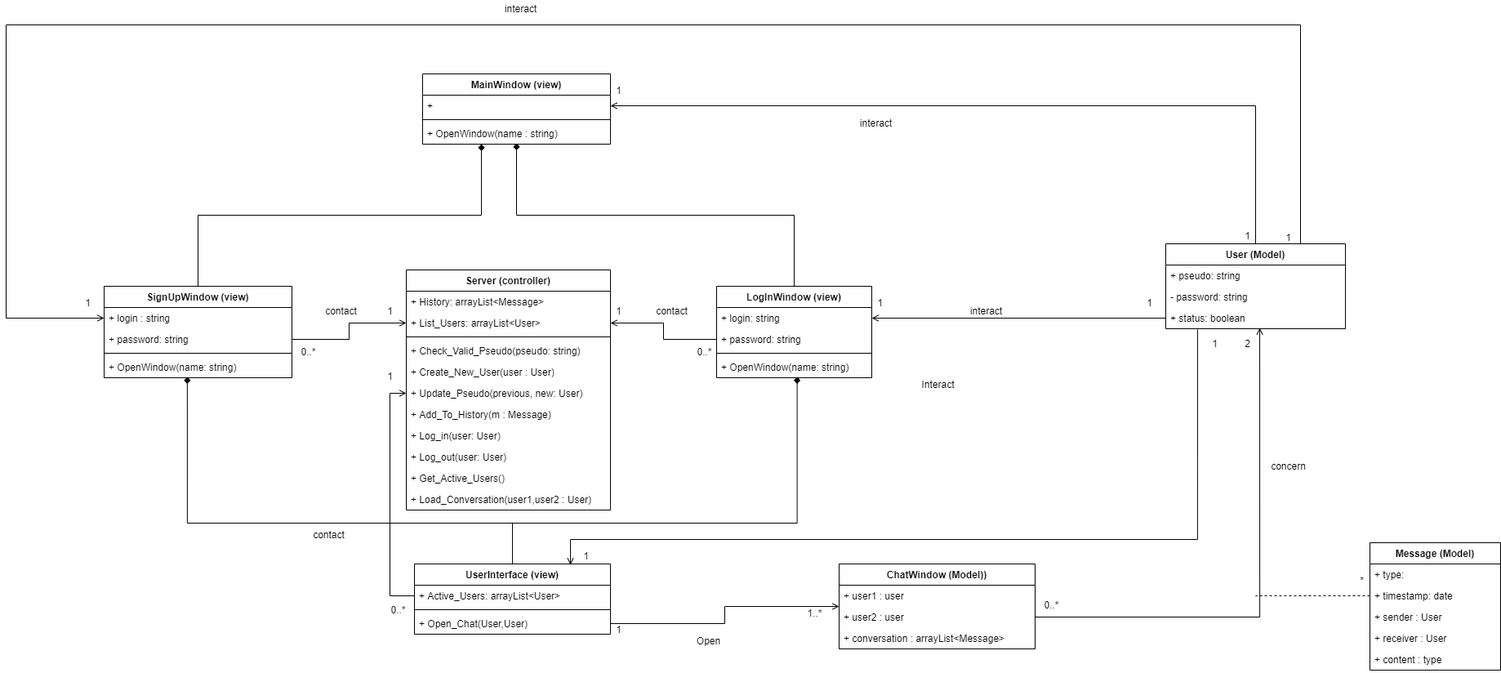
Earlier version of the draw.io export class diagram.png (pgervais17/COO_project). Source tidied: cells renumbered, new cells last; positions are measured from the earlier drawing's top-left corner, leaving out a move shared by most shapes.
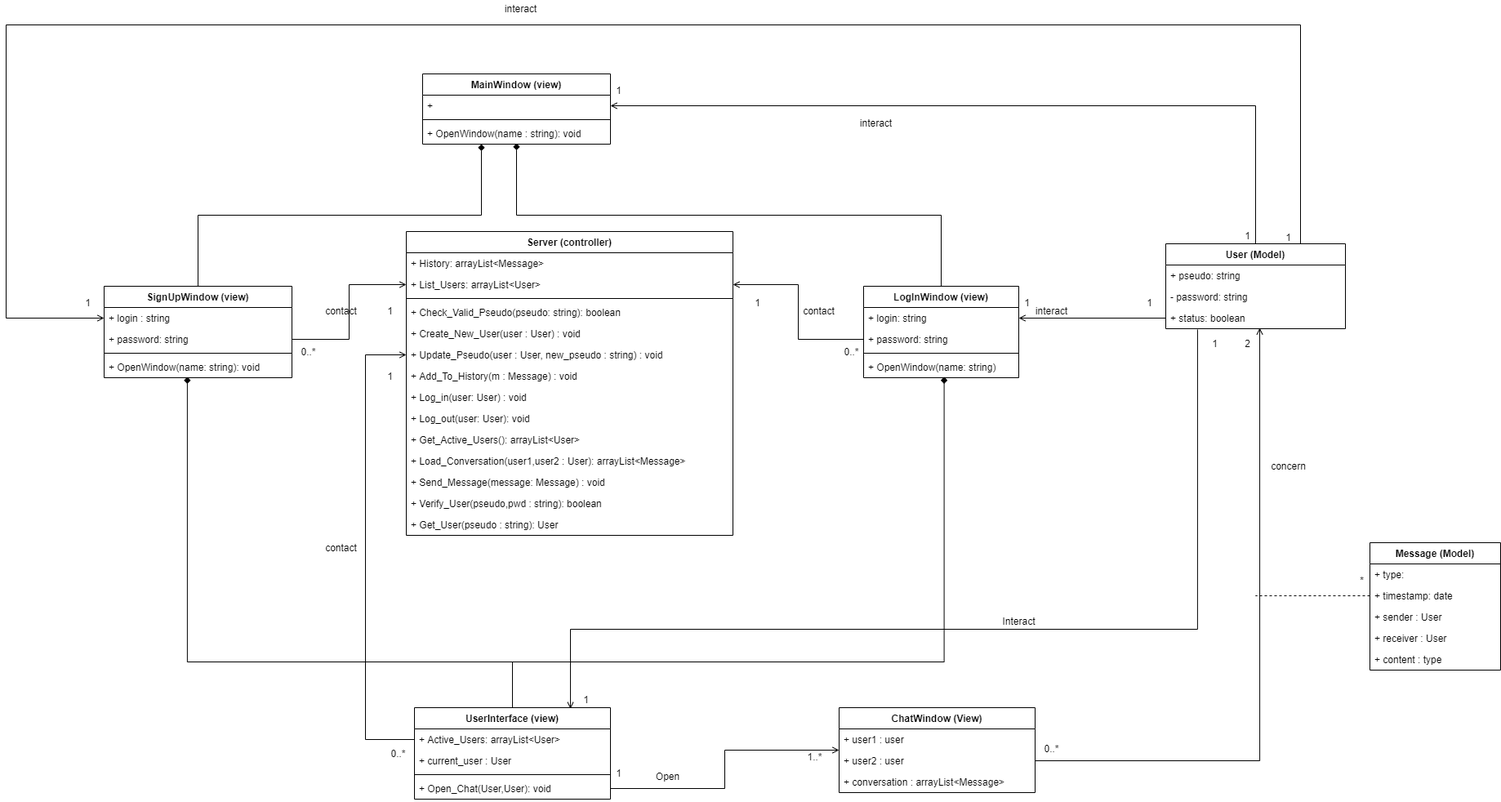
The same file after the commit.

The edit, as a diff of the source:
```diff
@@ -35,7 +35,7 @@
     <mxCell id="10" style="line;strokeWidth=1;fillColor=none;align=left;verticalAlign=middle;spacingTop=-1;spacingLeft=3;spacingRight=3;labelPosition=right;" parent="8" vertex="1">
       <mxGeometry y="52" width="230" height="8" as="geometry" />
     </mxCell>
-    <mxCell id="11" value="+ OpenWindow(name : string)" style="text;strokeColor=none;fillColor=none;align=left;verticalAlign=top;spacingLeft=4;spacingRight=4;overflow=hidden;points=[[0,0.5],[1,0.5]];portConstraint=eastwest;" parent="8" vertex="1">
+    <mxCell id="11" value="+ OpenWindow(name : string): void" style="text;strokeColor=none;fillColor=none;align=left;verticalAlign=top;spacingLeft=4;spacingRight=4;overflow=hidden;points=[[0,0.5],[1,0.5]];portConstraint=eastwest;" parent="8" vertex="1">
       <mxGeometry y="60" width="230" height="26" as="geometry" />
     </mxCell>
     <mxCell id="12" style="edgeStyle=orthogonalEdgeStyle;rounded=0;jettySize=auto;html=1;exitX=0.5;exitY=0;exitDx=0;exitDy=0;entryX=0.313;entryY=1;entryDx=0;entryDy=0;entryPerimeter=0;startArrow=none;startFill=0;endArrow=diamond;endFill=1;" parent="1" edge="1" source="13" target="11">
@@ -53,14 +53,14 @@
     <mxCell id="16" style="line;strokeWidth=1;fillColor=none;align=left;verticalAlign=middle;spacingTop=-1;spacingLeft=3;spacingRight=3;labelPosition=right;" parent="13" vertex="1">
       <mxGeometry y="78" width="230" height="8" as="geometry" />
     </mxCell>
-    <mxCell id="17" value="+ OpenWindow(name: string)" style="text;strokeColor=none;fillColor=none;align=left;verticalAlign=top;spacingLeft=4;spacingRight=4;overflow=hidden;points=[[0,0.5],[1,0.5]];portConstraint=eastwest;" parent="13" vertex="1">
+    <mxCell id="17" value="+ OpenWindow(name: string): void" style="text;strokeColor=none;fillColor=none;align=left;verticalAlign=top;spacingLeft=4;spacingRight=4;overflow=hidden;points=[[0,0.5],[1,0.5]];portConstraint=eastwest;" parent="13" vertex="1">
       <mxGeometry y="86" width="230" height="26" as="geometry" />
     </mxCell>
     <mxCell id="18" style="edgeStyle=orthogonalEdgeStyle;rounded=0;jettySize=auto;html=1;exitX=0.5;exitY=0;exitDx=0;exitDy=0;entryX=0.5;entryY=0.962;entryDx=0;entryDy=0;entryPerimeter=0;startArrow=none;startFill=0;endArrow=diamond;endFill=1;" parent="1" edge="1" source="19" target="11">
       <mxGeometry relative="1" as="geometry" />
     </mxCell>
     <mxCell id="19" value="LogInWindow (view)" style="swimlane;fontStyle=1;align=center;verticalAlign=top;horizontal=1;startSize=26;" parent="1" vertex="1">
-      <mxGeometry x="870" y="350" width="190" height="112" as="geometry" />
+      <mxGeometry x="1050" y="350" width="190" height="112" as="geometry" />
     </mxCell>
     <mxCell id="20" value="+ login: string" style="text;strokeColor=none;fillColor=none;align=left;verticalAlign=top;spacingLeft=4;spacingRight=4;overflow=hidden;points=[[0,0.5],[1,0.5]];portConstraint=eastwest;" parent="19" vertex="1">
       <mxGeometry y="26" width="190" height="26" as="geometry" />
@@ -77,70 +77,87 @@
     <mxCell id="24" style="edgeStyle=orthogonalEdgeStyle;rounded=0;jettySize=auto;html=1;exitX=0.5;exitY=0;exitDx=0;exitDy=0;entryX=0.443;entryY=0.962;entryDx=0;entryDy=0;entryPerimeter=0;startArrow=none;startFill=0;endArrow=diamond;endFill=1;" parent="1" edge="1" source="27" target="17">
       <mxGeometry relative="1" as="geometry">
         <Array as="points">
-          <mxPoint x="620" y="640" />
-          <mxPoint x="222" y="640" />
+          <mxPoint x="620" y="810" />
+          <mxPoint x="222" y="810" />
         </Array>
       </mxGeometry>
     </mxCell>
     <mxCell id="25" style="edgeStyle=orthogonalEdgeStyle;rounded=0;jettySize=auto;html=1;exitX=0.5;exitY=0;exitDx=0;exitDy=0;entryX=0.519;entryY=0.962;entryDx=0;entryDy=0;entryPerimeter=0;startArrow=none;startFill=0;endArrow=diamond;endFill=1;" parent="1" edge="1" source="27" target="23">
       <mxGeometry relative="1" as="geometry">
         <Array as="points">
-          <mxPoint x="620" y="640" />
-          <mxPoint x="969" y="640" />
+          <mxPoint x="620" y="810" />
+          <mxPoint x="1149" y="810" />
         </Array>
       </mxGeometry>
     </mxCell>
     <mxCell id="26" style="edgeStyle=orthogonalEdgeStyle;rounded=0;jettySize=auto;html=1;exitX=0;exitY=0.5;exitDx=0;exitDy=0;entryX=0;entryY=0.5;entryDx=0;entryDy=0;startArrow=none;startFill=0;endArrow=open;endFill=0;" parent="1" edge="1" source="28" target="37">
-      <mxGeometry relative="1" as="geometry" />
+      <mxGeometry relative="1" as="geometry">
+        <Array as="points">
+          <mxPoint x="440" y="905" />
+          <mxPoint x="440" y="434" />
+        </Array>
+      </mxGeometry>
     </mxCell>
     <mxCell id="27" value="UserInterface (view)" style="swimlane;fontStyle=1;align=center;verticalAlign=top;horizontal=1;startSize=26;" parent="1" vertex="1">
-      <mxGeometry x="500" y="690" width="240" height="86" as="geometry" />
+      <mxGeometry x="500" y="866" width="240" height="112" as="geometry" />
     </mxCell>
     <mxCell id="28" value="+ Active_Users: arrayList&lt;User&gt;" style="text;strokeColor=none;fillColor=none;align=left;verticalAlign=top;spacingLeft=4;spacingRight=4;overflow=hidden;points=[[0,0.5],[1,0.5]];portConstraint=eastwest;" parent="27" vertex="1">
       <mxGeometry y="26" width="240" height="26" as="geometry" />
     </mxCell>
+    <mxCell id="88" value="+ current_user : User" style="text;strokeColor=none;fillColor=none;align=left;verticalAlign=top;spacingLeft=4;spacingRight=4;overflow=hidden;" parent="27" vertex="1">
+      <mxGeometry y="52" width="240" height="26" as="geometry" />
+    </mxCell>
     <mxCell id="29" style="line;strokeWidth=1;fillColor=none;align=left;verticalAlign=middle;spacingTop=-1;spacingLeft=3;spacingRight=3;labelPosition=right;" parent="27" vertex="1">
-      <mxGeometry y="52" width="240" height="8" as="geometry" />
+      <mxGeometry y="78" width="240" height="8" as="geometry" />
     </mxCell>
-    <mxCell id="30" value="+ Open_Chat(User,User)" style="text;strokeColor=none;fillColor=none;align=left;verticalAlign=top;spacingLeft=4;spacingRight=4;overflow=hidden;points=[[0,0.5],[1,0.5]];portConstraint=eastwest;" parent="27" vertex="1">
-      <mxGeometry y="60" width="240" height="26" as="geometry" />
+    <mxCell id="30" value="+ Open_Chat(User,User): void" style="text;strokeColor=none;fillColor=none;align=left;verticalAlign=top;spacingLeft=4;spacingRight=4;overflow=hidden;points=[[0,0.5],[1,0.5]];portConstraint=eastwest;" parent="27" vertex="1">
+      <mxGeometry y="86" width="240" height="26" as="geometry" />
     </mxCell>
     <mxCell id="31" value="Server (controller)" style="swimlane;fontStyle=1;align=center;verticalAlign=top;horizontal=1;startSize=26;" parent="1" vertex="1">
-      <mxGeometry x="490" y="330" width="250" height="294" as="geometry" />
+      <mxGeometry x="490" y="283" width="400" height="372" as="geometry" />
     </mxCell>
     <mxCell id="32" value="+ History: arrayList&lt;Message&gt;" style="text;strokeColor=none;fillColor=none;align=left;verticalAlign=top;spacingLeft=4;spacingRight=4;overflow=hidden;" parent="31" vertex="1">
-      <mxGeometry y="26" width="250" height="26" as="geometry" />
+      <mxGeometry y="26" width="400" height="26" as="geometry" />
     </mxCell>
     <mxCell id="33" value="+ List_Users: arrayList&lt;User&gt;" style="text;strokeColor=none;fillColor=none;align=left;verticalAlign=top;spacingLeft=4;spacingRight=4;overflow=hidden;points=[[0,0.5],[1,0.5]];portConstraint=eastwest;" parent="31" vertex="1">
-      <mxGeometry y="52" width="250" height="26" as="geometry" />
+      <mxGeometry y="52" width="400" height="26" as="geometry" />
     </mxCell>
     <mxCell id="34" style="line;strokeWidth=1;fillColor=none;align=left;verticalAlign=middle;spacingTop=-1;spacingLeft=3;spacingRight=3;labelPosition=right;" parent="31" vertex="1">
-      <mxGeometry y="78" width="250" height="8" as="geometry" />
+      <mxGeometry y="78" width="400" height="8" as="geometry" />
     </mxCell>
-    <mxCell id="35" value="+ Check_Valid_Pseudo(pseudo: string)" style="text;strokeColor=none;fillColor=none;align=left;verticalAlign=top;spacingLeft=4;spacingRight=4;overflow=hidden;" parent="31" vertex="1">
-      <mxGeometry y="86" width="250" height="26" as="geometry" />
+    <mxCell id="35" value="+ Check_Valid_Pseudo(pseudo: string): boolean" style="text;strokeColor=none;fillColor=none;align=left;verticalAlign=top;spacingLeft=4;spacingRight=4;overflow=hidden;" parent="31" vertex="1">
+      <mxGeometry y="86" width="400" height="26" as="geometry" />
     </mxCell>
-    <mxCell id="36" value="+ Create_New_User(user : User)" style="text;strokeColor=none;fillColor=none;align=left;verticalAlign=top;spacingLeft=4;spacingRight=4;overflow=hidden;" parent="31" vertex="1">
-      <mxGeometry y="112" width="250" height="26" as="geometry" />
+    <mxCell id="36" value="+ Create_New_User(user : User) : void" style="text;strokeColor=none;fillColor=none;align=left;verticalAlign=top;spacingLeft=4;spacingRight=4;overflow=hidden;" parent="31" vertex="1">
+      <mxGeometry y="112" width="400" height="26" as="geometry" />
     </mxCell>
-    <mxCell id="37" value="+ Update_Pseudo(previous, new: User)" style="text;strokeColor=none;fillColor=none;align=left;verticalAlign=top;spacingLeft=4;spacingRight=4;overflow=hidden;points=[[0,0.5],[1,0.5]];portConstraint=eastwest;" parent="31" vertex="1">
-      <mxGeometry y="138" width="250" height="26" as="geometry" />
+    <mxCell id="37" value="+ Update_Pseudo(user : User, new_pseudo : string) : void" style="text;strokeColor=none;fillColor=none;align=left;verticalAlign=top;spacingLeft=4;spacingRight=4;overflow=hidden;points=[[0,0.5],[1,0.5]];portConstraint=eastwest;" parent="31" vertex="1">
+      <mxGeometry y="138" width="400" height="26" as="geometry" />
     </mxCell>
-    <mxCell id="38" value="+ Add_To_History(m : Message)" style="text;strokeColor=none;fillColor=none;align=left;verticalAlign=top;spacingLeft=4;spacingRight=4;overflow=hidden;" parent="31" vertex="1">
-      <mxGeometry y="164" width="250" height="26" as="geometry" />
+    <mxCell id="38" value="+ Add_To_History(m : Message) : void" style="text;strokeColor=none;fillColor=none;align=left;verticalAlign=top;spacingLeft=4;spacingRight=4;overflow=hidden;" parent="31" vertex="1">
+      <mxGeometry y="164" width="400" height="26" as="geometry" />
     </mxCell>
-    <mxCell id="39" value="+ Log_in(user: User)" style="text;strokeColor=none;fillColor=none;align=left;verticalAlign=top;spacingLeft=4;spacingRight=4;overflow=hidden;" parent="31" vertex="1">
-      <mxGeometry y="190" width="250" height="26" as="geometry" />
+    <mxCell id="39" value="+ Log_in(user: User) : void" style="text;strokeColor=none;fillColor=none;align=left;verticalAlign=top;spacingLeft=4;spacingRight=4;overflow=hidden;" parent="31" vertex="1">
+      <mxGeometry y="190" width="400" height="26" as="geometry" />
     </mxCell>
-    <mxCell id="40" value="+ Log_out(user: User)" style="text;strokeColor=none;fillColor=none;align=left;verticalAlign=top;spacingLeft=4;spacingRight=4;overflow=hidden;" parent="31" vertex="1">
-      <mxGeometry y="216" width="250" height="26" as="geometry" />
+    <mxCell id="40" value="+ Log_out(user: User): void" style="text;strokeColor=none;fillColor=none;align=left;verticalAlign=top;spacingLeft=4;spacingRight=4;overflow=hidden;" parent="31" vertex="1">
+      <mxGeometry y="216" width="400" height="26" as="geometry" />
     </mxCell>
-    <mxCell id="41" value="+ Get_Active_Users()" style="text;strokeColor=none;fillColor=none;align=left;verticalAlign=top;spacingLeft=4;spacingRight=4;overflow=hidden;" parent="31" vertex="1">
-      <mxGeometry y="242" width="250" height="26" as="geometry" />
+    <mxCell id="41" value="+ Get_Active_Users(): arrayList&lt;User&gt;" style="text;strokeColor=none;fillColor=none;align=left;verticalAlign=top;spacingLeft=4;spacingRight=4;overflow=hidden;" parent="31" vertex="1">
+      <mxGeometry y="242" width="400" height="26" as="geometry" />
     </mxCell>
-    <mxCell id="42" value="+ Load_Conversation(user1,user2 : User)" style="text;strokeColor=none;fillColor=none;align=left;verticalAlign=top;spacingLeft=4;spacingRight=4;overflow=hidden;" parent="31" vertex="1">
-      <mxGeometry y="268" width="250" height="26" as="geometry" />
+    <mxCell id="42" value="+ Load_Conversation(user1,user2 : User): arrayList&lt;Message&gt;" style="text;strokeColor=none;fillColor=none;align=left;verticalAlign=top;spacingLeft=4;spacingRight=4;overflow=hidden;" parent="31" vertex="1">
+      <mxGeometry y="268" width="400" height="26" as="geometry" />
     </mxCell>
+    <mxCell id="89" value="+ Send_Message(message: Message) : void" style="text;strokeColor=none;fillColor=none;align=left;verticalAlign=top;spacingLeft=4;spacingRight=4;overflow=hidden;" parent="31" vertex="1">
+      <mxGeometry y="294" width="400" height="26" as="geometry" />
+    </mxCell>
+    <mxCell id="90" value="+ Verify_User(pseudo,pwd : string): boolean" style="text;strokeColor=none;fillColor=none;align=left;verticalAlign=top;spacingLeft=4;spacingRight=4;overflow=hidden;" parent="31" vertex="1">
+      <mxGeometry y="320" width="400" height="26" as="geometry" />
+    </mxCell>
+    <mxCell id="91" value="+ Get_User(pseudo : string): User" style="text;strokeColor=none;fillColor=none;align=left;verticalAlign=top;spacingLeft=4;spacingRight=4;overflow=hidden;" parent="31" vertex="1">
+      <mxGeometry y="346" width="400" height="26" as="geometry" />
+    </mxCell>
     <mxCell id="43" value="Message (Model)" style="swimlane;fontStyle=1;align=center;verticalAlign=top;horizontal=1;startSize=26;" parent="1" vertex="1">
       <mxGeometry x="1670" y="664" width="160" height="156" as="geometry" />
     </mxCell>
@@ -171,8 +188,8 @@
     <mxCell id="52" style="edgeStyle=orthogonalEdgeStyle;rounded=0;jettySize=auto;html=1;exitX=1;exitY=0.5;exitDx=0;exitDy=0;entryX=0;entryY=0.5;entryDx=0;entryDy=0;startArrow=open;startFill=0;endArrow=none;endFill=0;" parent="1" edge="1" source="33" target="21">
       <mxGeometry relative="1" as="geometry" />
     </mxCell>
-    <mxCell id="53" value="ChatWindow (Model))" style="swimlane;fontStyle=1;align=center;verticalAlign=top;horizontal=1;startSize=26;" parent="1" vertex="1">
-      <mxGeometry x="1020" y="690" width="240" height="104" as="geometry" />
+    <mxCell id="53" value="ChatWindow (View)" style="swimlane;fontStyle=1;align=center;verticalAlign=top;horizontal=1;startSize=26;" parent="1" vertex="1">
+      <mxGeometry x="1020" y="866" width="240" height="104" as="geometry" />
     </mxCell>
     <mxCell id="54" value="+ user1 : user" style="text;strokeColor=none;fillColor=none;align=left;verticalAlign=top;spacingLeft=4;spacingRight=4;overflow=hidden;" parent="53" vertex="1">
       <mxGeometry y="26" width="240" height="26" as="geometry" />
@@ -201,31 +218,31 @@
       <mxGeometry x="1510" y="410" width="20" height="20" as="geometry" />
     </mxCell>
     <mxCell id="62" value="0..*" style="text;html=1;align=center;verticalAlign=middle;" parent="1" vertex="1">
-      <mxGeometry x="1265" y="730" width="30" height="20" as="geometry" />
+      <mxGeometry x="1265" y="906" width="30" height="20" as="geometry" />
     </mxCell>
     <mxCell id="63" value="*" style="text;html=1;align=center;verticalAlign=middle;" parent="1" vertex="1">
       <mxGeometry x="1650" y="700" width="20" height="20" as="geometry" />
     </mxCell>
     <mxCell id="64" value="contact" style="text;html=1;align=center;verticalAlign=middle;" parent="1" vertex="1">
-      <mxGeometry x="370" y="644" width="50" height="20" as="geometry" />
+      <mxGeometry x="385" y="660" width="50" height="20" as="geometry" />
     </mxCell>
     <mxCell id="65" value="Open" style="text;html=1;align=center;verticalAlign=middle;" parent="1" vertex="1">
-      <mxGeometry x="840" y="774" width="40" height="20" as="geometry" />
+      <mxGeometry x="790" y="940" width="40" height="20" as="geometry" />
     </mxCell>
     <mxCell id="66" value="1" style="text;html=1;align=center;verticalAlign=middle;" parent="1" vertex="1">
-      <mxGeometry x="740" y="760" width="20" height="20" as="geometry" />
+      <mxGeometry x="740" y="936" width="20" height="20" as="geometry" />
     </mxCell>
     <mxCell id="67" value="1..*" style="text;html=1;align=center;verticalAlign=middle;" parent="1" vertex="1">
-      <mxGeometry x="975" y="740" width="30" height="20" as="geometry" />
+      <mxGeometry x="975" y="916" width="30" height="20" as="geometry" />
     </mxCell>
     <mxCell id="68" value="Interact" style="text;html=1;align=center;verticalAlign=middle;" parent="1" vertex="1">
-      <mxGeometry x="1111" y="460" width="60" height="20" as="geometry" />
+      <mxGeometry x="1210" y="750" width="60" height="20" as="geometry" />
     </mxCell>
     <mxCell id="69" value="1" style="text;html=1;align=center;verticalAlign=middle;" parent="1" vertex="1">
       <mxGeometry x="1470" y="410" width="20" height="20" as="geometry" />
     </mxCell>
     <mxCell id="70" value="1" style="text;html=1;align=center;verticalAlign=middle;" parent="1" vertex="1">
-      <mxGeometry x="700" y="670" width="20" height="20" as="geometry" />
+      <mxGeometry x="700" y="846" width="20" height="20" as="geometry" />
     </mxCell>
     <mxCell id="71" value="1" style="text;html=1;align=center;verticalAlign=middle;" parent="1" vertex="1">
       <mxGeometry x="740" y="100" width="20" height="20" as="geometry" />
@@ -234,10 +251,10 @@
       <mxGeometry x="1510" y="278" width="20" height="20" as="geometry" />
     </mxCell>
     <mxCell id="73" value="interact" style="text;html=1;align=center;verticalAlign=middle;" parent="1" vertex="1">
-      <mxGeometry x="1175" y="370" width="50" height="20" as="geometry" />
+      <mxGeometry x="1255" y="370" width="50" height="20" as="geometry" />
     </mxCell>
     <mxCell id="74" value="1" style="text;html=1;align=center;verticalAlign=middle;" parent="1" vertex="1">
-      <mxGeometry x="1060" y="360" width="20" height="20" as="geometry" />
+      <mxGeometry x="1240" y="360" width="20" height="20" as="geometry" />
     </mxCell>
     <mxCell id="75" value="1" style="text;html=1;align=center;verticalAlign=middle;" parent="1" vertex="1">
       <mxGeometry x="1390" y="360" width="20" height="20" as="geometry" />
@@ -255,13 +272,13 @@
       <mxGeometry x="355" y="420" width="30" height="20" as="geometry" />
     </mxCell>
     <mxCell id="80" value="contact" style="text;html=1;align=center;verticalAlign=middle;" parent="1" vertex="1">
-      <mxGeometry x="790" y="370" width="50" height="20" as="geometry" />
+      <mxGeometry x="970" y="370" width="50" height="20" as="geometry" />
     </mxCell>
     <mxCell id="81" value="1" style="text;html=1;align=center;verticalAlign=middle;" parent="1" vertex="1">
-      <mxGeometry x="740" y="370" width="20" height="20" as="geometry" />
+      <mxGeometry x="910" y="360" width="20" height="20" as="geometry" />
     </mxCell>
     <mxCell id="82" value="0..*" style="text;html=1;align=center;verticalAlign=middle;" parent="1" vertex="1">
-      <mxGeometry x="840" y="420" width="30" height="20" as="geometry" />
+      <mxGeometry x="1020" y="420" width="30" height="20" as="geometry" />
     </mxCell>
     <mxCell id="83" value="1" style="text;html=1;align=center;verticalAlign=middle;" parent="1" vertex="1">
       <mxGeometry x="90" y="360" width="20" height="20" as="geometry" />
@@ -273,13 +290,13 @@
       <mxGeometry x="460" y="450" width="20" height="20" as="geometry" />
     </mxCell>
     <mxCell id="86" value="0..*" style="text;html=1;align=center;verticalAlign=middle;" parent="1" vertex="1">
-      <mxGeometry x="465" y="736" width="30" height="20" as="geometry" />
+      <mxGeometry x="465" y="912" width="30" height="20" as="geometry" />
     </mxCell>
     <mxCell id="87" style="edgeStyle=orthogonalEdgeStyle;rounded=0;jettySize=auto;html=1;exitX=0.796;exitY=0.012;exitDx=0;exitDy=0;entryX=0.177;entryY=1.038;entryDx=0;entryDy=0;entryPerimeter=0;exitPerimeter=0;startArrow=open;startFill=0;endArrow=none;endFill=0;" parent="1" edge="1" source="27" target="7">
       <mxGeometry relative="1" as="geometry">
         <Array as="points">
-          <mxPoint x="691" y="660" />
-          <mxPoint x="1459" y="660" />
+          <mxPoint x="691" y="770" />
+          <mxPoint x="1459" y="770" />
         </Array>
       </mxGeometry>
     </mxCell>
```
